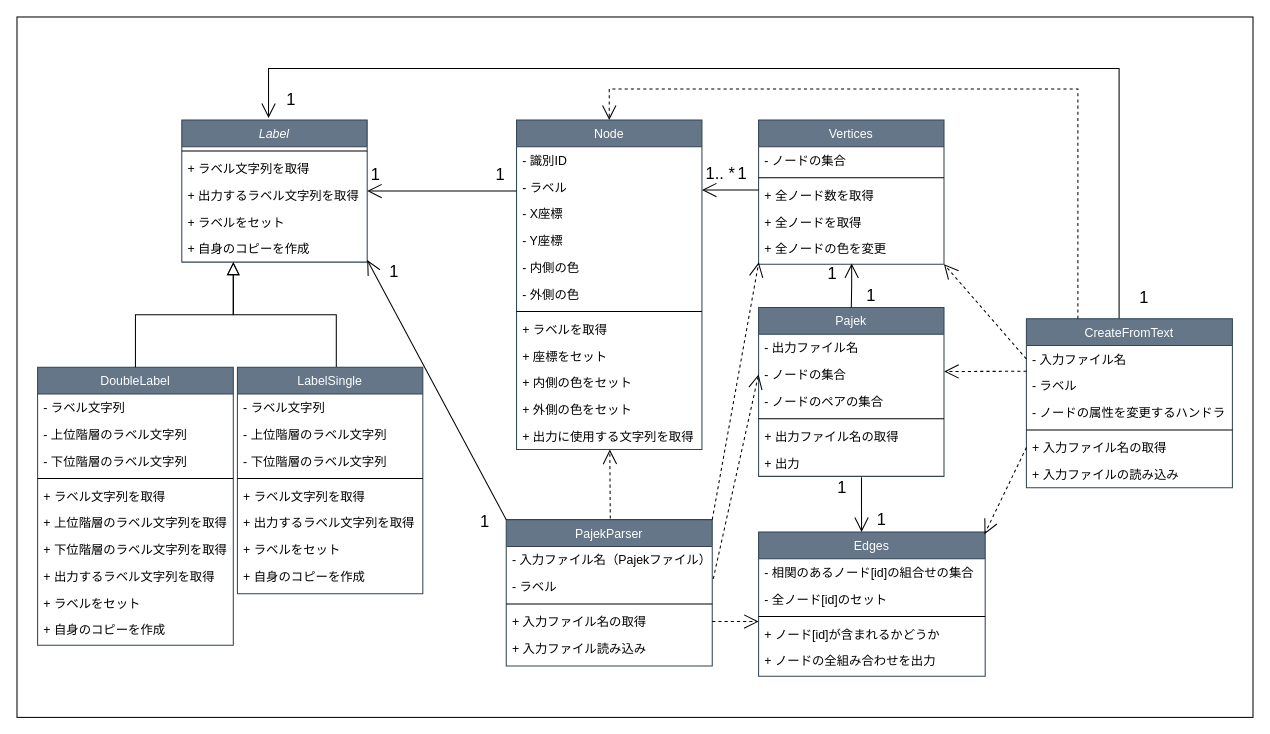
Before: BioInfoLibrary/Picture/drawio/Pajek.drawio in wyink/BioInfoLibrary, a draw.io diagram. Source tidied: cells renumbered, new cells numbered last; positions are measured from the earlier drawing's top-left corner, leaving out a move shared by most shapes. Both pictures are drawn from the tidied source at 103%, with x=0, y=0 at pixel (16, 16).
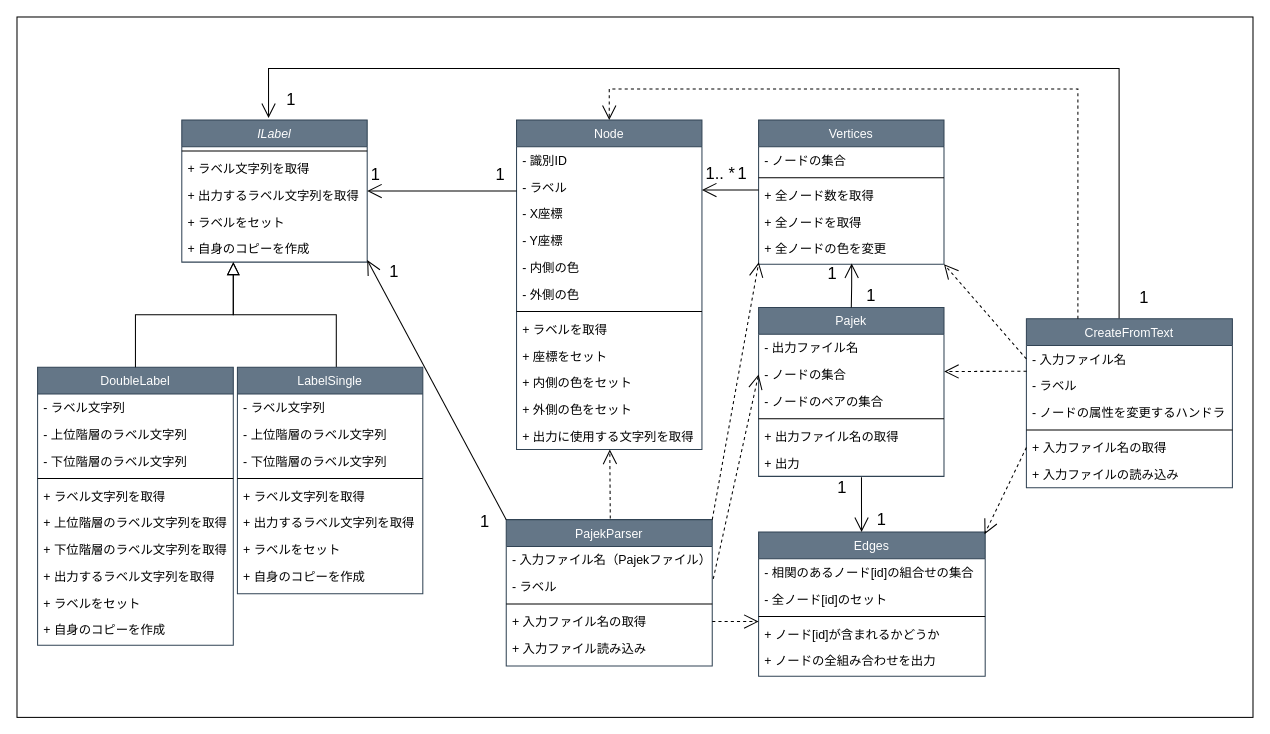
The same page after the edit.

Commit message (it also covers changes not shown here):
インタフェース名の訂正

Change to the diagram source:
```diff
@@
-    <mxCell id="3" value="Label" style="swimlane;fontStyle=2;align=center;verticalAlign=top;horizontal=1;startSize=26;rounded=0;shadow=0;strokeWidth=1;fillColor=#647687;strokeColor=#314354;fontColor=#ffffff;" parent="1" vertex="1">
+    <mxCell id="3" value="ILabel" style="swimlane;fontStyle=2;align=center;verticalAlign=top;horizontal=1;startSize=26;rounded=0;shadow=0;strokeWidth=1;fillColor=#647687;strokeColor=#314354;fontColor=#ffffff;" parent="1" vertex="1">
       <mxGeometry x="160" y="100" width="180" height="138" as="geometry" />
     </mxCell>
```
